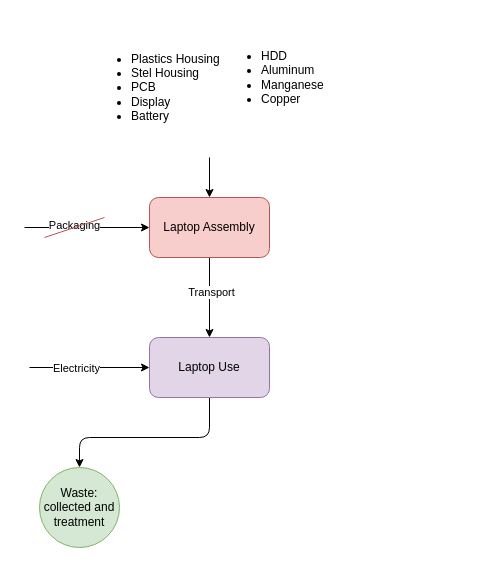
Tfloow/Ecodesign keeps this draw.io diagram as page "Laptop" (3 of 5) of process/hardware_KUL.drawio. Above is the earlier version. Source tidied: cells renumbered, new cells numbered last; positions are measured from the earlier drawing's top-left corner, leaving out a move shared by most shapes. Both pictures are drawn from the tidied source at 100%, with x=0, y=0 at pixel (24, 17).
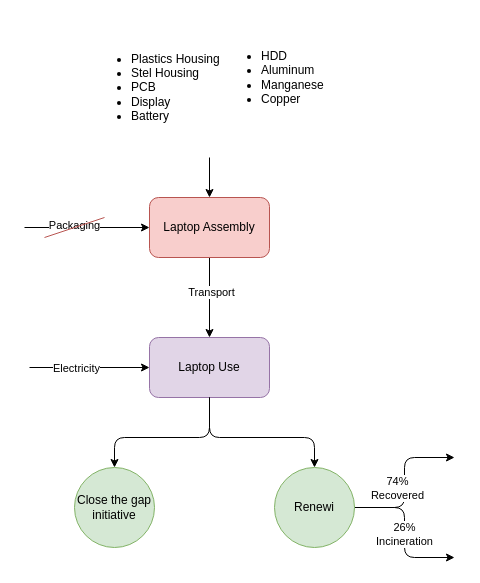
The same diagram, later.

The change refers to these unchanged cells:
```xml
<mxCell id="8" value="Laptop Use" style="rounded=1;whiteSpace=wrap;html=1;fillColor=#e1d5e7;strokeColor=#9673a6;" parent="1" vertex="1">
  <mxGeometry x="125" y="320" width="120" height="60" as="geometry" />
</mxCell>
```

The edit, as a diff of the source:
```diff
@@
-    <mxCell id="7" style="edgeStyle=none;html=1;entryX=0.5;entryY=0;entryDx=0;entryDy=0;" parent="1" edge="1" source="8" target="11">
-      <mxGeometry relative="1" as="geometry">
-        <Array as="points">
-          <mxPoint x="185" y="420" />
-          <mxPoint x="55" y="420" />
-        </Array>
-      </mxGeometry>
-    </mxCell>
@@
-    <mxCell id="11" value="Waste:&lt;br&gt;collected and treatment" style="ellipse;whiteSpace=wrap;html=1;fillColor=#d5e8d4;strokeColor=#82b366;" parent="1" vertex="1">
-      <mxGeometry x="15" y="450" width="80" height="80" as="geometry" />
-    </mxCell>
@@
+    <mxCell id="16" style="edgeStyle=none;html=1;entryX=0.5;entryY=0;entryDx=0;entryDy=0;exitX=0.5;exitY=1;exitDx=0;exitDy=0;" parent="1" edge="1" source="8" target="18">
+      <mxGeometry relative="1" as="geometry">
+        <Array as="points">
+          <mxPoint x="185" y="420" />
+          <mxPoint x="90" y="420" />
+        </Array>
+      </mxGeometry>
+    </mxCell>
+    <mxCell id="17" style="edgeStyle=none;html=1;entryX=0.5;entryY=0;entryDx=0;entryDy=0;exitX=0.5;exitY=1;exitDx=0;exitDy=0;" parent="1" edge="1" source="8" target="23">
+      <mxGeometry relative="1" as="geometry">
+        <Array as="points">
+          <mxPoint x="185" y="420" />
+          <mxPoint x="290" y="420" />
+        </Array>
+      </mxGeometry>
+    </mxCell>
+    <mxCell id="18" value="Close the gap initiative" style="ellipse;whiteSpace=wrap;html=1;fillColor=#d5e8d4;strokeColor=#82b366;" parent="1" vertex="1">
+      <mxGeometry x="50" y="450" width="80" height="80" as="geometry" />
+    </mxCell>
+    <mxCell id="19" style="edgeStyle=none;html=1;" parent="1" edge="1" source="23">
+      <mxGeometry relative="1" as="geometry">
+        <mxPoint x="430" y="440" as="targetPoint" />
+        <Array as="points">
+          <mxPoint x="380" y="490" />
+          <mxPoint x="380" y="440" />
+        </Array>
+      </mxGeometry>
+    </mxCell>
+    <mxCell id="20" value="74%&lt;br&gt;Recovered" style="edgeLabel;html=1;align=center;verticalAlign=middle;" parent="19" vertex="1">
+      <mxGeometry x="0.55" y="1" relative="1" as="geometry">
+        <mxPoint x="-24" y="31" as="offset" />
+      </mxGeometry>
+    </mxCell>
+    <mxCell id="21" style="edgeStyle=none;html=1;" parent="1" edge="1" source="23">
+      <mxGeometry relative="1" as="geometry">
+        <mxPoint x="430" y="540" as="targetPoint" />
+        <Array as="points">
+          <mxPoint x="380" y="490" />
+          <mxPoint x="380" y="540" />
+        </Array>
+      </mxGeometry>
+    </mxCell>
+    <mxCell id="22" value="26%&lt;br&gt;Incineration" style="edgeLabel;html=1;align=center;verticalAlign=middle;" parent="21" vertex="1">
+      <mxGeometry x="0.01" y="-1" relative="1" as="geometry" />
+    </mxCell>
+    <mxCell id="23" value="Renewi" style="ellipse;whiteSpace=wrap;html=1;fillColor=#d5e8d4;strokeColor=#82b366;" parent="1" vertex="1">
+      <mxGeometry x="250" y="450" width="80" height="80" as="geometry" />
+    </mxCell>
```
